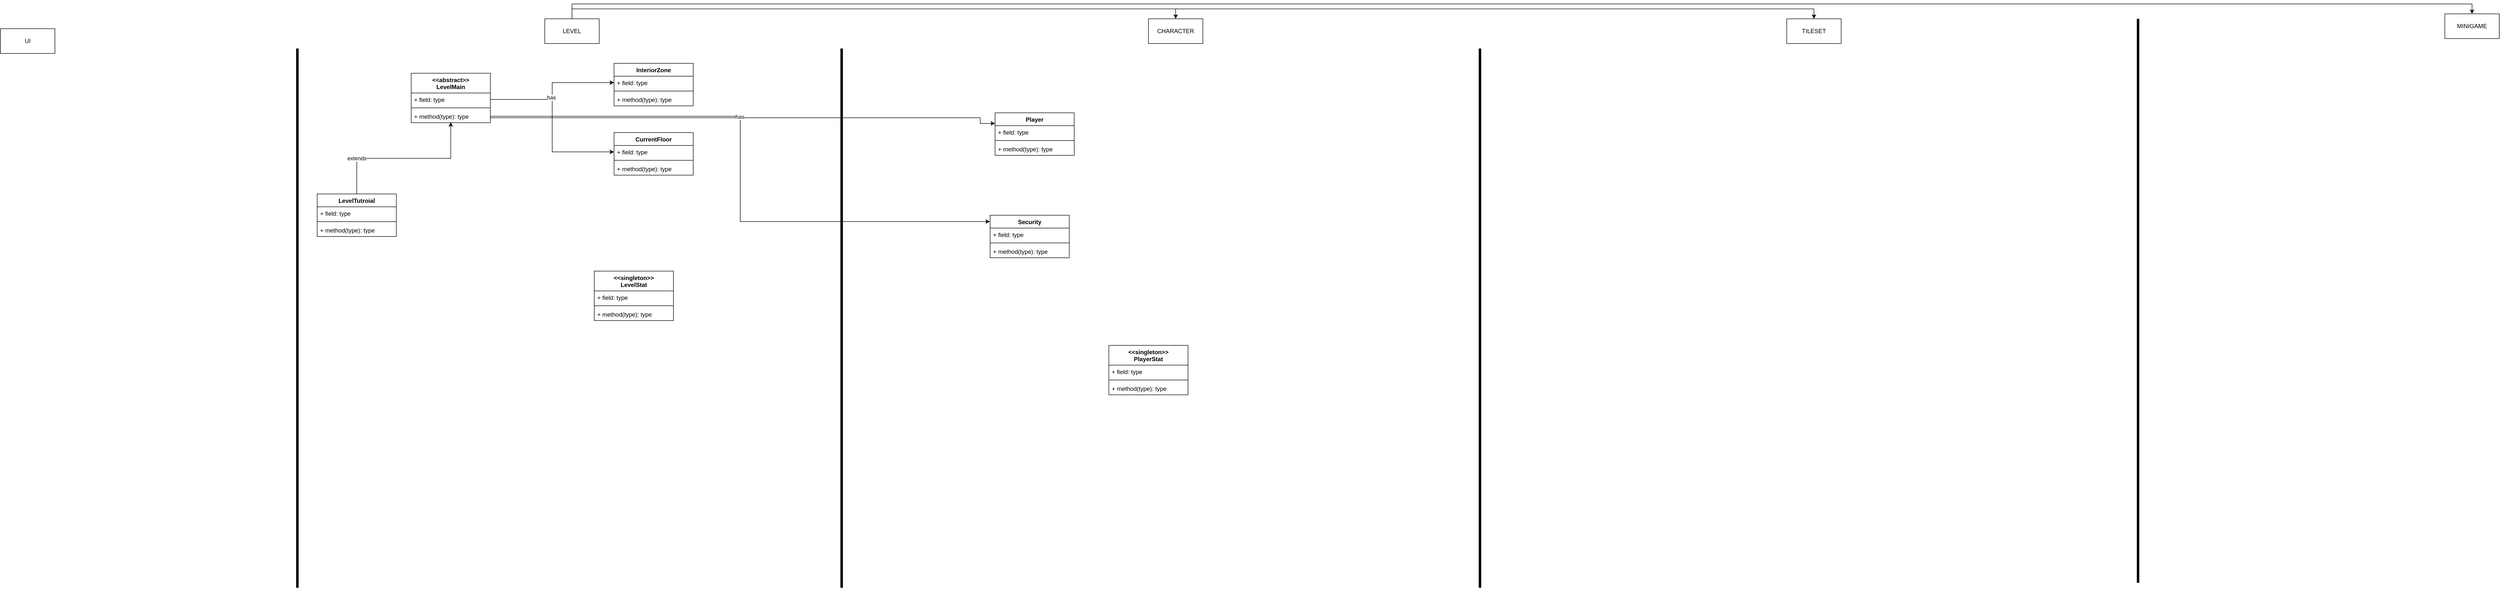
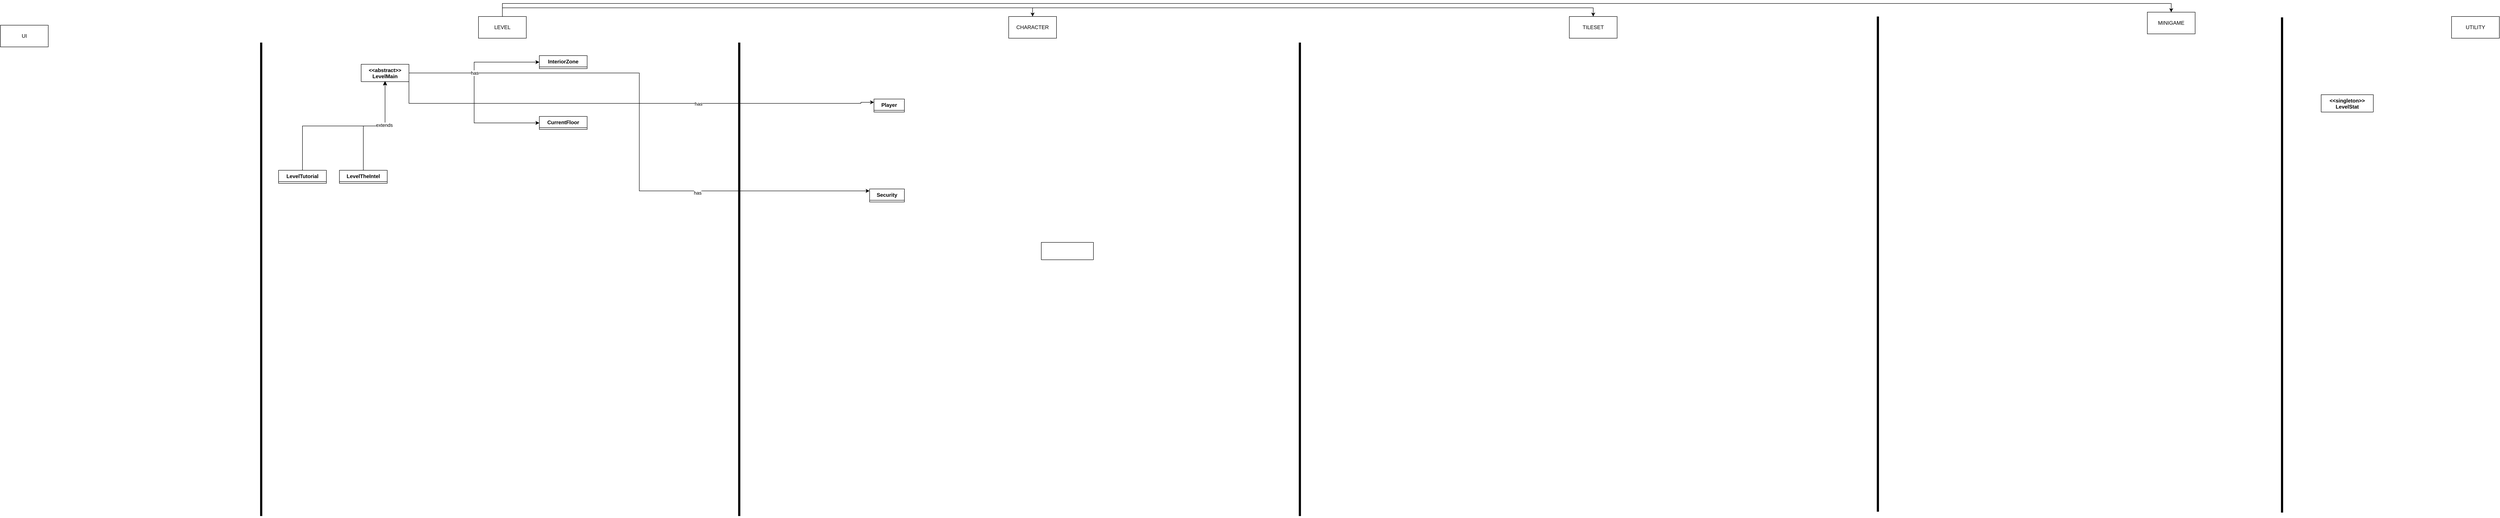
<mxfile host="Electron">
  <diagram name="Page-1" id="qmB0GrhGmSqB5Amjrw3-">
    <mxGraphModel dx="3283" dy="1456" grid="1" gridSize="10" guides="1" tooltips="1" connect="1" arrows="1" fold="1" page="1" pageScale="1" pageWidth="850" pageHeight="1100" math="0" shadow="0">
      <root>
        <mxCell id="0" />
        <mxCell id="1" parent="0" />
-         <mxCell id="7TvIsgDUMmM2zKdDbdYw-1" parent="1" style="swimlane;fontStyle=1;align=center;verticalAlign=top;childLayout=stackLayout;horizontal=1;startSize=40;horizontalStack=0;resizeParent=1;resizeParentMax=0;resizeLast=0;collapsible=1;marginBottom=0;whiteSpace=wrap;html=1;" value="&lt;div&gt;&amp;lt;&amp;lt;abstract&amp;gt;&amp;gt;&lt;/div&gt;LevelMain" vertex="1">
-           <mxGeometry height="100" width="160" x="440" y="220" as="geometry" />
+         <mxCell id="7TvIsgDUMmM2zKdDbdYw-1" collapsed="1" parent="1" style="swimlane;fontStyle=1;align=center;verticalAlign=top;childLayout=stackLayout;horizontal=1;startSize=40;horizontalStack=0;resizeParent=1;resizeParentMax=0;resizeLast=0;collapsible=1;marginBottom=0;whiteSpace=wrap;html=1;" value="&lt;div&gt;&amp;lt;&amp;lt;abstract&amp;gt;&amp;gt;&lt;/div&gt;LevelMain" vertex="1">
+           <mxGeometry height="40" width="110" x="440" y="220" as="geometry">
+             <mxRectangle height="100" width="160" x="440" y="220" as="alternateBounds" />
+           </mxGeometry>
        </mxCell>
        <mxCell id="7TvIsgDUMmM2zKdDbdYw-2" parent="7TvIsgDUMmM2zKdDbdYw-1" style="text;strokeColor=none;fillColor=none;align=left;verticalAlign=top;spacingLeft=4;spacingRight=4;overflow=hidden;rotatable=0;points=[[0,0.5],[1,0.5]];portConstraint=eastwest;whiteSpace=wrap;html=1;" value="+ field: type" vertex="1">
          <mxGeometry height="26" width="160" y="40" as="geometry" />
        </mxCell>
        <mxCell id="7TvIsgDUMmM2zKdDbdYw-3" parent="7TvIsgDUMmM2zKdDbdYw-1" style="line;strokeWidth=1;fillColor=none;align=left;verticalAlign=middle;spacingTop=-1;spacingLeft=3;spacingRight=3;rotatable=0;labelPosition=right;points=[];portConstraint=eastwest;strokeColor=inherit;" value="" vertex="1">
          <mxGeometry height="8" width="160" y="66" as="geometry" />
        </mxCell>
        <mxCell id="7TvIsgDUMmM2zKdDbdYw-4" parent="7TvIsgDUMmM2zKdDbdYw-1" style="text;strokeColor=none;fillColor=none;align=left;verticalAlign=top;spacingLeft=4;spacingRight=4;overflow=hidden;rotatable=0;points=[[0,0.5],[1,0.5]];portConstraint=eastwest;whiteSpace=wrap;html=1;" value="+ method(type): type" vertex="1">
          <mxGeometry height="26" width="160" y="74" as="geometry" />
        </mxCell>
-         <mxCell id="7TvIsgDUMmM2zKdDbdYw-5" parent="1" style="swimlane;fontStyle=1;align=center;verticalAlign=top;childLayout=stackLayout;horizontal=1;startSize=26;horizontalStack=0;resizeParent=1;resizeParentMax=0;resizeLast=0;collapsible=1;marginBottom=0;whiteSpace=wrap;html=1;" value="LevelTutroial" vertex="1">
-           <mxGeometry height="86" width="160" x="250" y="464" as="geometry" />
+         <mxCell id="7TvIsgDUMmM2zKdDbdYw-5" collapsed="1" parent="1" style="swimlane;fontStyle=1;align=center;verticalAlign=top;childLayout=stackLayout;horizontal=1;startSize=26;horizontalStack=0;resizeParent=1;resizeParentMax=0;resizeLast=0;collapsible=1;marginBottom=0;whiteSpace=wrap;html=1;" value="LevelTutorial" vertex="1">
+           <mxGeometry height="30" width="110" x="250" y="464" as="geometry">
+             <mxRectangle height="86" width="160" x="250" y="464" as="alternateBounds" />
+           </mxGeometry>
        </mxCell>
        <mxCell id="7TvIsgDUMmM2zKdDbdYw-6" parent="7TvIsgDUMmM2zKdDbdYw-5" style="text;strokeColor=none;fillColor=none;align=left;verticalAlign=top;spacingLeft=4;spacingRight=4;overflow=hidden;rotatable=0;points=[[0,0.5],[1,0.5]];portConstraint=eastwest;whiteSpace=wrap;html=1;" value="+ field: type" vertex="1">
          <mxGeometry height="26" width="160" y="26" as="geometry" />
        </mxCell>
        <mxCell id="7TvIsgDUMmM2zKdDbdYw-7" parent="7TvIsgDUMmM2zKdDbdYw-5" style="line;strokeWidth=1;fillColor=none;align=left;verticalAlign=middle;spacingTop=-1;spacingLeft=3;spacingRight=3;rotatable=0;labelPosition=right;points=[];portConstraint=eastwest;strokeColor=inherit;" value="" vertex="1">
          <mxGeometry height="8" width="160" y="52" as="geometry" />
        </mxCell>
        <mxCell id="7TvIsgDUMmM2zKdDbdYw-8" parent="7TvIsgDUMmM2zKdDbdYw-5" style="text;strokeColor=none;fillColor=none;align=left;verticalAlign=top;spacingLeft=4;spacingRight=4;overflow=hidden;rotatable=0;points=[[0,0.5],[1,0.5]];portConstraint=eastwest;whiteSpace=wrap;html=1;" value="+ method(type): type" vertex="1">
          <mxGeometry height="26" width="160" y="60" as="geometry" />
        </mxCell>
        <mxCell id="7TvIsgDUMmM2zKdDbdYw-9" edge="1" parent="1" source="7TvIsgDUMmM2zKdDbdYw-5" style="edgeStyle=orthogonalEdgeStyle;rounded=0;orthogonalLoop=1;jettySize=auto;html=1;exitX=0.5;exitY=0;exitDx=0;exitDy=0;entryX=0.5;entryY=0.961;entryDx=0;entryDy=0;entryPerimeter=0;" target="7TvIsgDUMmM2zKdDbdYw-4">
          <mxGeometry relative="1" as="geometry" />
        </mxCell>
-         <mxCell id="7TvIsgDUMmM2zKdDbdYw-10" connectable="0" parent="7TvIsgDUMmM2zKdDbdYw-9" style="edgeLabel;html=1;align=center;verticalAlign=middle;resizable=0;points=[];" value="extends" vertex="1">
-           <mxGeometry relative="1" x="0.2514" y="2" as="geometry">
-             <mxPoint x="-138" y="2" as="offset" />
-           </mxGeometry>
-         </mxCell>
-         <mxCell id="7TvIsgDUMmM2zKdDbdYw-12" parent="1" style="swimlane;fontStyle=1;align=center;verticalAlign=top;childLayout=stackLayout;horizontal=1;startSize=26;horizontalStack=0;resizeParent=1;resizeParentMax=0;resizeLast=0;collapsible=1;marginBottom=0;whiteSpace=wrap;html=1;" value="Player" vertex="1">
-           <mxGeometry height="86" width="160" x="1620" y="300" as="geometry" />
+         <mxCell id="7TvIsgDUMmM2zKdDbdYw-12" collapsed="1" parent="1" style="swimlane;fontStyle=1;align=center;verticalAlign=top;childLayout=stackLayout;horizontal=1;startSize=26;horizontalStack=0;resizeParent=1;resizeParentMax=0;resizeLast=0;collapsible=1;marginBottom=0;whiteSpace=wrap;html=1;" value="Player" vertex="1">
+           <mxGeometry height="30" width="70" x="1620" y="300" as="geometry">
+             <mxRectangle height="86" width="160" x="1620" y="300" as="alternateBounds" />
+           </mxGeometry>
        </mxCell>
        <mxCell id="7TvIsgDUMmM2zKdDbdYw-13" parent="7TvIsgDUMmM2zKdDbdYw-12" style="text;strokeColor=none;fillColor=none;align=left;verticalAlign=top;spacingLeft=4;spacingRight=4;overflow=hidden;rotatable=0;points=[[0,0.5],[1,0.5]];portConstraint=eastwest;whiteSpace=wrap;html=1;" value="+ field: type" vertex="1">
          <mxGeometry height="26" width="160" y="26" as="geometry" />
        </mxCell>
        <mxCell id="7TvIsgDUMmM2zKdDbdYw-14" parent="7TvIsgDUMmM2zKdDbdYw-12" style="line;strokeWidth=1;fillColor=none;align=left;verticalAlign=middle;spacingTop=-1;spacingLeft=3;spacingRight=3;rotatable=0;labelPosition=right;points=[];portConstraint=eastwest;strokeColor=inherit;" value="" vertex="1">
          <mxGeometry height="8" width="160" y="52" as="geometry" />
        </mxCell>
        <mxCell id="7TvIsgDUMmM2zKdDbdYw-15" parent="7TvIsgDUMmM2zKdDbdYw-12" style="text;strokeColor=none;fillColor=none;align=left;verticalAlign=top;spacingLeft=4;spacingRight=4;overflow=hidden;rotatable=0;points=[[0,0.5],[1,0.5]];portConstraint=eastwest;whiteSpace=wrap;html=1;" value="+ method(type): type" vertex="1">
          <mxGeometry height="26" width="160" y="60" as="geometry" />
        </mxCell>
-         <mxCell id="7TvIsgDUMmM2zKdDbdYw-16" parent="1" style="swimlane;fontStyle=1;align=center;verticalAlign=top;childLayout=stackLayout;horizontal=1;startSize=26;horizontalStack=0;resizeParent=1;resizeParentMax=0;resizeLast=0;collapsible=1;marginBottom=0;whiteSpace=wrap;html=1;" value="Security" vertex="1">
-           <mxGeometry height="86" width="160" x="1610" y="507" as="geometry" />
+         <mxCell id="7TvIsgDUMmM2zKdDbdYw-16" collapsed="1" parent="1" style="swimlane;fontStyle=1;align=center;verticalAlign=top;childLayout=stackLayout;horizontal=1;startSize=26;horizontalStack=0;resizeParent=1;resizeParentMax=0;resizeLast=0;collapsible=1;marginBottom=0;whiteSpace=wrap;html=1;" value="Security" vertex="1">
+           <mxGeometry height="30" width="80" x="1610" y="507" as="geometry">
+             <mxRectangle height="86" width="160" x="1610" y="507" as="alternateBounds" />
+           </mxGeometry>
        </mxCell>
        <mxCell id="7TvIsgDUMmM2zKdDbdYw-17" parent="7TvIsgDUMmM2zKdDbdYw-16" style="text;strokeColor=none;fillColor=none;align=left;verticalAlign=top;spacingLeft=4;spacingRight=4;overflow=hidden;rotatable=0;points=[[0,0.5],[1,0.5]];portConstraint=eastwest;whiteSpace=wrap;html=1;" value="+ field: type" vertex="1">
          <mxGeometry height="26" width="160" y="26" as="geometry" />
        </mxCell>
        <mxCell id="7TvIsgDUMmM2zKdDbdYw-18" parent="7TvIsgDUMmM2zKdDbdYw-16" style="line;strokeWidth=1;fillColor=none;align=left;verticalAlign=middle;spacingTop=-1;spacingLeft=3;spacingRight=3;rotatable=0;labelPosition=right;points=[];portConstraint=eastwest;strokeColor=inherit;" value="" vertex="1">
          <mxGeometry height="8" width="160" y="52" as="geometry" />
        </mxCell>
        <mxCell id="7TvIsgDUMmM2zKdDbdYw-19" parent="7TvIsgDUMmM2zKdDbdYw-16" style="text;strokeColor=none;fillColor=none;align=left;verticalAlign=top;spacingLeft=4;spacingRight=4;overflow=hidden;rotatable=0;points=[[0,0.5],[1,0.5]];portConstraint=eastwest;whiteSpace=wrap;html=1;" value="+ method(type): type" vertex="1">
          <mxGeometry height="26" width="160" y="60" as="geometry" />
        </mxCell>
-         <mxCell id="7TvIsgDUMmM2zKdDbdYw-35" parent="1" style="swimlane;fontStyle=1;align=center;verticalAlign=top;childLayout=stackLayout;horizontal=1;startSize=40;horizontalStack=0;resizeParent=1;resizeParentMax=0;resizeLast=0;collapsible=1;marginBottom=0;whiteSpace=wrap;html=1;" value="&lt;div&gt;&amp;lt;&amp;lt;singleton&amp;gt;&amp;gt;&lt;/div&gt;LevelStat" vertex="1">
-           <mxGeometry height="100" width="160" x="810" y="620" as="geometry" />
+         <mxCell id="7TvIsgDUMmM2zKdDbdYw-35" collapsed="1" parent="1" style="swimlane;fontStyle=1;align=center;verticalAlign=top;childLayout=stackLayout;horizontal=1;startSize=40;horizontalStack=0;resizeParent=1;resizeParentMax=0;resizeLast=0;collapsible=1;marginBottom=0;whiteSpace=wrap;html=1;" value="&lt;div&gt;&amp;lt;&amp;lt;singleton&amp;gt;&amp;gt;&lt;/div&gt;LevelStat" vertex="1">
+           <mxGeometry height="40" width="120" x="4950" y="290" as="geometry">
+             <mxRectangle height="100" width="160" x="810" y="620" as="alternateBounds" />
+           </mxGeometry>
        </mxCell>
        <mxCell id="7TvIsgDUMmM2zKdDbdYw-36" parent="7TvIsgDUMmM2zKdDbdYw-35" style="text;strokeColor=none;fillColor=none;align=left;verticalAlign=top;spacingLeft=4;spacingRight=4;overflow=hidden;rotatable=0;points=[[0,0.5],[1,0.5]];portConstraint=eastwest;whiteSpace=wrap;html=1;" value="+ field: type" vertex="1">
          <mxGeometry height="26" width="160" y="40" as="geometry" />
        </mxCell>
        <mxCell id="7TvIsgDUMmM2zKdDbdYw-37" parent="7TvIsgDUMmM2zKdDbdYw-35" style="line;strokeWidth=1;fillColor=none;align=left;verticalAlign=middle;spacingTop=-1;spacingLeft=3;spacingRight=3;rotatable=0;labelPosition=right;points=[];portConstraint=eastwest;strokeColor=inherit;" value="" vertex="1">
          <mxGeometry height="8" width="160" y="66" as="geometry" />
        </mxCell>
        <mxCell id="7TvIsgDUMmM2zKdDbdYw-38" parent="7TvIsgDUMmM2zKdDbdYw-35" style="text;strokeColor=none;fillColor=none;align=left;verticalAlign=top;spacingLeft=4;spacingRight=4;overflow=hidden;rotatable=0;points=[[0,0.5],[1,0.5]];portConstraint=eastwest;whiteSpace=wrap;html=1;" value="+ method(type): type" vertex="1">
          <mxGeometry height="26" width="160" y="74" as="geometry" />
        </mxCell>
        <mxCell id="7TvIsgDUMmM2zKdDbdYw-39" edge="1" parent="1" style="endArrow=none;html=1;rounded=0;strokeWidth=5;" value=" ">
          <mxGeometry height="50" relative="1" width="50" as="geometry">
            <mxPoint x="210" y="1260" as="sourcePoint" />
            <mxPoint x="210" y="170" as="targetPoint" />
          </mxGeometry>
        </mxCell>
        <mxCell id="7TvIsgDUMmM2zKdDbdYw-48" edge="1" parent="1" source="7TvIsgDUMmM2zKdDbdYw-40" style="edgeStyle=orthogonalEdgeStyle;rounded=0;orthogonalLoop=1;jettySize=auto;html=1;exitX=0.5;exitY=0;exitDx=0;exitDy=0;entryX=0.5;entryY=0;entryDx=0;entryDy=0;" target="7TvIsgDUMmM2zKdDbdYw-43">
          <mxGeometry relative="1" as="geometry" />
        </mxCell>
        <mxCell id="7TvIsgDUMmM2zKdDbdYw-49" edge="1" parent="1" source="7TvIsgDUMmM2zKdDbdYw-40" style="edgeStyle=orthogonalEdgeStyle;rounded=0;orthogonalLoop=1;jettySize=auto;html=1;exitX=0.5;exitY=0;exitDx=0;exitDy=0;entryX=0.5;entryY=0;entryDx=0;entryDy=0;" target="7TvIsgDUMmM2zKdDbdYw-45">
          <mxGeometry relative="1" as="geometry" />
        </mxCell>
        <mxCell id="7TvIsgDUMmM2zKdDbdYw-50" edge="1" parent="1" source="7TvIsgDUMmM2zKdDbdYw-40" style="edgeStyle=orthogonalEdgeStyle;rounded=0;orthogonalLoop=1;jettySize=auto;html=1;exitX=0.5;exitY=0;exitDx=0;exitDy=0;entryX=0.5;entryY=0;entryDx=0;entryDy=0;" target="7TvIsgDUMmM2zKdDbdYw-47">
          <mxGeometry relative="1" as="geometry" />
        </mxCell>
        <mxCell id="7TvIsgDUMmM2zKdDbdYw-40" parent="1" style="html=1;whiteSpace=wrap;" value="LEVEL" vertex="1">
          <mxGeometry height="50" width="110" x="710" y="110" as="geometry" />
        </mxCell>
        <mxCell id="7TvIsgDUMmM2zKdDbdYw-42" edge="1" parent="1" style="endArrow=none;html=1;rounded=0;strokeWidth=5;" value="">
          <mxGeometry height="50" relative="1" width="50" as="geometry">
            <mxPoint x="1310" y="1260" as="sourcePoint" />
            <mxPoint x="1310" y="170" as="targetPoint" />
          </mxGeometry>
        </mxCell>
        <mxCell id="7TvIsgDUMmM2zKdDbdYw-43" parent="1" style="html=1;whiteSpace=wrap;" value="CHARACTER" vertex="1">
          <mxGeometry height="50" width="110" x="1930" y="110" as="geometry" />
        </mxCell>
        <mxCell id="7TvIsgDUMmM2zKdDbdYw-44" edge="1" parent="1" style="endArrow=none;html=1;rounded=0;strokeWidth=5;" value="">
          <mxGeometry height="50" relative="1" width="50" as="geometry">
            <mxPoint x="2600" y="1260" as="sourcePoint" />
            <mxPoint x="2600" y="170" as="targetPoint" />
          </mxGeometry>
        </mxCell>
        <mxCell id="7TvIsgDUMmM2zKdDbdYw-45" parent="1" style="html=1;whiteSpace=wrap;" value="TILESET" vertex="1">
          <mxGeometry height="50" width="110" x="3220" y="110" as="geometry" />
        </mxCell>
        <mxCell id="7TvIsgDUMmM2zKdDbdYw-46" edge="1" parent="1" style="endArrow=none;html=1;rounded=0;strokeWidth=5;" value="">
          <mxGeometry height="50" relative="1" width="50" as="geometry">
            <mxPoint x="3930" y="1250" as="sourcePoint" />
            <mxPoint x="3930" y="110" as="targetPoint" />
          </mxGeometry>
        </mxCell>
        <mxCell id="7TvIsgDUMmM2zKdDbdYw-47" parent="1" style="html=1;whiteSpace=wrap;" value="MINIGAME" vertex="1">
          <mxGeometry height="50" width="110" x="4550" y="100" as="geometry" />
        </mxCell>
-         <mxCell id="7TvIsgDUMmM2zKdDbdYw-52" parent="1" style="swimlane;fontStyle=1;align=center;verticalAlign=top;childLayout=stackLayout;horizontal=1;startSize=26;horizontalStack=0;resizeParent=1;resizeParentMax=0;resizeLast=0;collapsible=1;marginBottom=0;whiteSpace=wrap;html=1;" value="CurrentFloor" vertex="1">
-           <mxGeometry height="86" width="160" x="850" y="340" as="geometry" />
+         <mxCell id="7TvIsgDUMmM2zKdDbdYw-52" collapsed="1" parent="1" style="swimlane;fontStyle=1;align=center;verticalAlign=top;childLayout=stackLayout;horizontal=1;startSize=26;horizontalStack=0;resizeParent=1;resizeParentMax=0;resizeLast=0;collapsible=1;marginBottom=0;whiteSpace=wrap;html=1;" value="CurrentFloor" vertex="1">
+           <mxGeometry height="30" width="110" x="850" y="340" as="geometry">
+             <mxRectangle height="86" width="160" x="850" y="340" as="alternateBounds" />
+           </mxGeometry>
        </mxCell>
        <mxCell id="7TvIsgDUMmM2zKdDbdYw-53" parent="7TvIsgDUMmM2zKdDbdYw-52" style="text;strokeColor=none;fillColor=none;align=left;verticalAlign=top;spacingLeft=4;spacingRight=4;overflow=hidden;rotatable=0;points=[[0,0.5],[1,0.5]];portConstraint=eastwest;whiteSpace=wrap;html=1;" value="+ field: type" vertex="1">
          <mxGeometry height="26" width="160" y="26" as="geometry" />
        </mxCell>
        <mxCell id="7TvIsgDUMmM2zKdDbdYw-54" parent="7TvIsgDUMmM2zKdDbdYw-52" style="line;strokeWidth=1;fillColor=none;align=left;verticalAlign=middle;spacingTop=-1;spacingLeft=3;spacingRight=3;rotatable=0;labelPosition=right;points=[];portConstraint=eastwest;strokeColor=inherit;" value="" vertex="1">
          <mxGeometry height="8" width="160" y="52" as="geometry" />
        </mxCell>
        <mxCell id="7TvIsgDUMmM2zKdDbdYw-55" parent="7TvIsgDUMmM2zKdDbdYw-52" style="text;strokeColor=none;fillColor=none;align=left;verticalAlign=top;spacingLeft=4;spacingRight=4;overflow=hidden;rotatable=0;points=[[0,0.5],[1,0.5]];portConstraint=eastwest;whiteSpace=wrap;html=1;" value="+ method(type): type" vertex="1">
          <mxGeometry height="26" width="160" y="60" as="geometry" />
        </mxCell>
-         <mxCell id="7TvIsgDUMmM2zKdDbdYw-56" parent="1" style="swimlane;fontStyle=1;align=center;verticalAlign=top;childLayout=stackLayout;horizontal=1;startSize=26;horizontalStack=0;resizeParent=1;resizeParentMax=0;resizeLast=0;collapsible=1;marginBottom=0;whiteSpace=wrap;html=1;" value="InteriorZone" vertex="1">
-           <mxGeometry height="86" width="160" x="850" y="200" as="geometry" />
+         <mxCell id="7TvIsgDUMmM2zKdDbdYw-56" collapsed="1" parent="1" style="swimlane;fontStyle=1;align=center;verticalAlign=top;childLayout=stackLayout;horizontal=1;startSize=26;horizontalStack=0;resizeParent=1;resizeParentMax=0;resizeLast=0;collapsible=1;marginBottom=0;whiteSpace=wrap;html=1;" value="InteriorZone" vertex="1">
+           <mxGeometry height="30" width="110" x="850" y="200" as="geometry">
+             <mxRectangle height="86" width="160" x="850" y="200" as="alternateBounds" />
+           </mxGeometry>
        </mxCell>
        <mxCell id="7TvIsgDUMmM2zKdDbdYw-57" parent="7TvIsgDUMmM2zKdDbdYw-56" style="text;strokeColor=none;fillColor=none;align=left;verticalAlign=top;spacingLeft=4;spacingRight=4;overflow=hidden;rotatable=0;points=[[0,0.5],[1,0.5]];portConstraint=eastwest;whiteSpace=wrap;html=1;" value="+ field: type" vertex="1">
          <mxGeometry height="26" width="160" y="26" as="geometry" />
        </mxCell>
        <mxCell id="7TvIsgDUMmM2zKdDbdYw-58" parent="7TvIsgDUMmM2zKdDbdYw-56" style="line;strokeWidth=1;fillColor=none;align=left;verticalAlign=middle;spacingTop=-1;spacingLeft=3;spacingRight=3;rotatable=0;labelPosition=right;points=[];portConstraint=eastwest;strokeColor=inherit;" value="" vertex="1">
          <mxGeometry height="8" width="160" y="52" as="geometry" />
        </mxCell>
        <mxCell id="7TvIsgDUMmM2zKdDbdYw-59" parent="7TvIsgDUMmM2zKdDbdYw-56" style="text;strokeColor=none;fillColor=none;align=left;verticalAlign=top;spacingLeft=4;spacingRight=4;overflow=hidden;rotatable=0;points=[[0,0.5],[1,0.5]];portConstraint=eastwest;whiteSpace=wrap;html=1;" value="+ method(type): type" vertex="1">
          <mxGeometry height="26" width="160" y="60" as="geometry" />
        </mxCell>
        <mxCell id="7TvIsgDUMmM2zKdDbdYw-67" edge="1" parent="1" source="7TvIsgDUMmM2zKdDbdYw-2" style="edgeStyle=orthogonalEdgeStyle;rounded=0;orthogonalLoop=1;jettySize=auto;html=1;exitX=1;exitY=0.5;exitDx=0;exitDy=0;entryX=0;entryY=0.5;entryDx=0;entryDy=0;" target="7TvIsgDUMmM2zKdDbdYw-57">
          <mxGeometry relative="1" as="geometry" />
        </mxCell>
        <mxCell id="7TvIsgDUMmM2zKdDbdYw-68" edge="1" parent="1" source="7TvIsgDUMmM2zKdDbdYw-2" style="edgeStyle=orthogonalEdgeStyle;rounded=0;orthogonalLoop=1;jettySize=auto;html=1;exitX=1;exitY=0.5;exitDx=0;exitDy=0;entryX=0;entryY=0.5;entryDx=0;entryDy=0;" target="7TvIsgDUMmM2zKdDbdYw-53">
          <mxGeometry relative="1" as="geometry" />
-         </mxCell>
-         <mxCell id="7TvIsgDUMmM2zKdDbdYw-69" connectable="0" parent="7TvIsgDUMmM2zKdDbdYw-68" style="edgeLabel;html=1;align=center;verticalAlign=middle;resizable=0;points=[];" value="has" vertex="1">
-           <mxGeometry relative="1" x="-0.3097" y="4" as="geometry">
-             <mxPoint as="offset" />
-           </mxGeometry>
        </mxCell>
        <mxCell id="7TvIsgDUMmM2zKdDbdYw-70" edge="1" parent="1" source="7TvIsgDUMmM2zKdDbdYw-2" style="edgeStyle=orthogonalEdgeStyle;rounded=0;orthogonalLoop=1;jettySize=auto;html=1;exitX=1;exitY=0.5;exitDx=0;exitDy=0;entryX=0;entryY=0.25;entryDx=0;entryDy=0;" target="7TvIsgDUMmM2zKdDbdYw-12">
          <mxGeometry relative="1" as="geometry">
            <Array as="points">
              <mxPoint x="600" y="310" />
              <mxPoint x="1590" y="310" />
              <mxPoint x="1590" y="322" />
            </Array>
          </mxGeometry>
        </mxCell>
+         <mxCell id="of2CEZqUG2xsMfl3nXA2-8" connectable="0" parent="7TvIsgDUMmM2zKdDbdYw-70" style="edgeLabel;html=1;align=center;verticalAlign=middle;resizable=0;points=[];" value="has" vertex="1">
+           <mxGeometry relative="1" x="0.2885" y="-1" as="geometry">
+             <mxPoint as="offset" />
+           </mxGeometry>
+         </mxCell>
        <mxCell id="7TvIsgDUMmM2zKdDbdYw-71" edge="1" parent="1" source="7TvIsgDUMmM2zKdDbdYw-4" style="edgeStyle=orthogonalEdgeStyle;rounded=0;orthogonalLoop=1;jettySize=auto;html=1;exitX=1;exitY=0.5;exitDx=0;exitDy=0;entryX=-0.002;entryY=0.149;entryDx=0;entryDy=0;entryPerimeter=0;" target="7TvIsgDUMmM2zKdDbdYw-16">
          <mxGeometry relative="1" as="geometry" />
        </mxCell>
-         <mxCell id="7TvIsgDUMmM2zKdDbdYw-72" connectable="0" parent="7TvIsgDUMmM2zKdDbdYw-71" style="edgeLabel;html=1;align=center;verticalAlign=middle;resizable=0;points=[];" value="has" vertex="1">
-           <mxGeometry relative="1" x="-0.1758" y="-1" as="geometry">
-             <mxPoint as="offset" />
-           </mxGeometry>
-         </mxCell>
-         <mxCell id="7TvIsgDUMmM2zKdDbdYw-73" parent="1" style="swimlane;fontStyle=1;align=center;verticalAlign=top;childLayout=stackLayout;horizontal=1;startSize=40;horizontalStack=0;resizeParent=1;resizeParentMax=0;resizeLast=0;collapsible=1;marginBottom=0;whiteSpace=wrap;html=1;" value="&lt;div&gt;&amp;lt;&amp;lt;singleton&amp;gt;&amp;gt;&lt;/div&gt;PlayerStat" vertex="1">
-           <mxGeometry height="100" width="160" x="1850" y="770" as="geometry" />
+         <mxCell id="of2CEZqUG2xsMfl3nXA2-1" connectable="0" parent="7TvIsgDUMmM2zKdDbdYw-71" style="edgeLabel;html=1;align=center;verticalAlign=middle;resizable=0;points=[];" value="has" vertex="1">
+           <mxGeometry relative="1" x="-0.7737" as="geometry">
+             <mxPoint as="offset" />
+           </mxGeometry>
+         </mxCell>
+         <mxCell id="of2CEZqUG2xsMfl3nXA2-9" connectable="0" parent="7TvIsgDUMmM2zKdDbdYw-71" style="edgeLabel;html=1;align=center;verticalAlign=middle;resizable=0;points=[];" value="has" vertex="1">
+           <mxGeometry relative="1" x="0.4046" y="-4" as="geometry">
+             <mxPoint as="offset" />
+           </mxGeometry>
+         </mxCell>
+         <mxCell id="7TvIsgDUMmM2zKdDbdYw-73" collapsed="1" parent="1" style="swimlane;fontStyle=1;align=center;verticalAlign=top;childLayout=stackLayout;horizontal=1;startSize=40;horizontalStack=0;resizeParent=1;resizeParentMax=0;resizeLast=0;collapsible=1;marginBottom=0;whiteSpace=wrap;html=1;" value=" " vertex="1">
+           <mxGeometry height="40" width="120" x="2005" y="630" as="geometry">
+             <mxRectangle height="100" width="160" x="1850" y="770" as="alternateBounds" />
+           </mxGeometry>
        </mxCell>
        <mxCell id="7TvIsgDUMmM2zKdDbdYw-74" parent="7TvIsgDUMmM2zKdDbdYw-73" style="text;strokeColor=none;fillColor=none;align=left;verticalAlign=top;spacingLeft=4;spacingRight=4;overflow=hidden;rotatable=0;points=[[0,0.5],[1,0.5]];portConstraint=eastwest;whiteSpace=wrap;html=1;" value="+ field: type" vertex="1">
          <mxGeometry height="26" width="160" y="40" as="geometry" />
        </mxCell>
        <mxCell id="7TvIsgDUMmM2zKdDbdYw-75" parent="7TvIsgDUMmM2zKdDbdYw-73" style="line;strokeWidth=1;fillColor=none;align=left;verticalAlign=middle;spacingTop=-1;spacingLeft=3;spacingRight=3;rotatable=0;labelPosition=right;points=[];portConstraint=eastwest;strokeColor=inherit;" value="" vertex="1">
          <mxGeometry height="8" width="160" y="66" as="geometry" />
        </mxCell>
        <mxCell id="7TvIsgDUMmM2zKdDbdYw-76" parent="7TvIsgDUMmM2zKdDbdYw-73" style="text;strokeColor=none;fillColor=none;align=left;verticalAlign=top;spacingLeft=4;spacingRight=4;overflow=hidden;rotatable=0;points=[[0,0.5],[1,0.5]];portConstraint=eastwest;whiteSpace=wrap;html=1;" value="+ method(type): type" vertex="1">
          <mxGeometry height="26" width="160" y="74" as="geometry" />
        </mxCell>
        <mxCell id="7TvIsgDUMmM2zKdDbdYw-77" parent="1" style="html=1;whiteSpace=wrap;" value="UI" vertex="1">
          <mxGeometry height="50" width="110" x="-390" y="130" as="geometry" />
+         </mxCell>
+         <mxCell id="of2CEZqUG2xsMfl3nXA2-6" edge="1" parent="1" source="of2CEZqUG2xsMfl3nXA2-2" style="edgeStyle=orthogonalEdgeStyle;rounded=0;orthogonalLoop=1;jettySize=auto;html=1;entryX=0.5;entryY=1;entryDx=0;entryDy=0;" target="7TvIsgDUMmM2zKdDbdYw-1">
+           <mxGeometry relative="1" as="geometry" />
+         </mxCell>
+         <mxCell id="of2CEZqUG2xsMfl3nXA2-7" connectable="0" parent="of2CEZqUG2xsMfl3nXA2-6" style="edgeLabel;html=1;align=center;verticalAlign=middle;resizable=0;points=[];" value="extends" vertex="1">
+           <mxGeometry relative="1" x="0.1754" y="2" as="geometry">
+             <mxPoint as="offset" />
+           </mxGeometry>
+         </mxCell>
+         <mxCell id="of2CEZqUG2xsMfl3nXA2-2" collapsed="1" parent="1" style="swimlane;fontStyle=1;align=center;verticalAlign=top;childLayout=stackLayout;horizontal=1;startSize=26;horizontalStack=0;resizeParent=1;resizeParentMax=0;resizeLast=0;collapsible=1;marginBottom=0;whiteSpace=wrap;html=1;" value="LevelTheIntel" vertex="1">
+           <mxGeometry height="30" width="110" x="390" y="464" as="geometry">
+             <mxRectangle height="86" width="160" x="250" y="464" as="alternateBounds" />
+           </mxGeometry>
+         </mxCell>
+         <mxCell id="of2CEZqUG2xsMfl3nXA2-3" parent="of2CEZqUG2xsMfl3nXA2-2" style="text;strokeColor=none;fillColor=none;align=left;verticalAlign=top;spacingLeft=4;spacingRight=4;overflow=hidden;rotatable=0;points=[[0,0.5],[1,0.5]];portConstraint=eastwest;whiteSpace=wrap;html=1;" value="+ field: type" vertex="1">
+           <mxGeometry height="26" width="160" y="26" as="geometry" />
+         </mxCell>
+         <mxCell id="of2CEZqUG2xsMfl3nXA2-4" parent="of2CEZqUG2xsMfl3nXA2-2" style="line;strokeWidth=1;fillColor=none;align=left;verticalAlign=middle;spacingTop=-1;spacingLeft=3;spacingRight=3;rotatable=0;labelPosition=right;points=[];portConstraint=eastwest;strokeColor=inherit;" value="" vertex="1">
+           <mxGeometry height="8" width="160" y="52" as="geometry" />
+         </mxCell>
+         <mxCell id="of2CEZqUG2xsMfl3nXA2-5" parent="of2CEZqUG2xsMfl3nXA2-2" style="text;strokeColor=none;fillColor=none;align=left;verticalAlign=top;spacingLeft=4;spacingRight=4;overflow=hidden;rotatable=0;points=[[0,0.5],[1,0.5]];portConstraint=eastwest;whiteSpace=wrap;html=1;" value="+ method(type): type" vertex="1">
+           <mxGeometry height="26" width="160" y="60" as="geometry" />
+         </mxCell>
+         <mxCell id="of2CEZqUG2xsMfl3nXA2-10" edge="1" parent="1" style="endArrow=none;html=1;rounded=0;strokeWidth=5;" value="">
+           <mxGeometry height="50" relative="1" width="50" as="geometry">
+             <mxPoint x="4860" y="1252" as="sourcePoint" />
+             <mxPoint x="4860" y="112" as="targetPoint" />
+           </mxGeometry>
+         </mxCell>
+         <mxCell id="of2CEZqUG2xsMfl3nXA2-11" parent="1" style="html=1;whiteSpace=wrap;" value="UTILITY" vertex="1">
+           <mxGeometry height="50" width="110" x="5250" y="110" as="geometry" />
        </mxCell>
      </root>
    </mxGraphModel>
  </diagram>
</mxfile>
